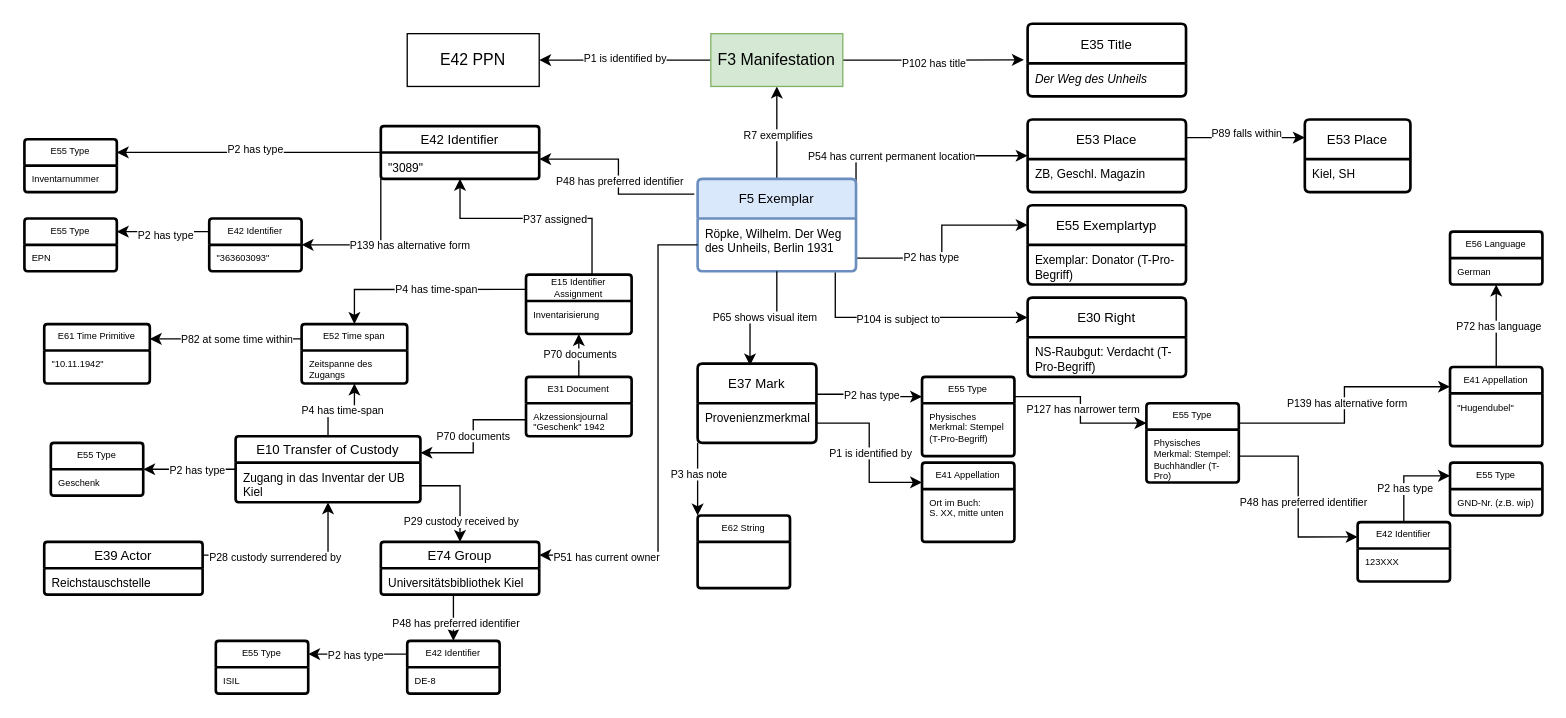
Earlier version of the draw.io diagram praxis bsp domain ontology library provenance.drawio (flxfschr/library-provenance-research). Source tidied: cells renumbered, new cells numbered last; positions are measured from the earlier drawing's top-left corner, leaving out a move shared by most shapes. Both pictures are drawn from the tidied source at 132%, with x=0, y=0 at pixel (24, 22).
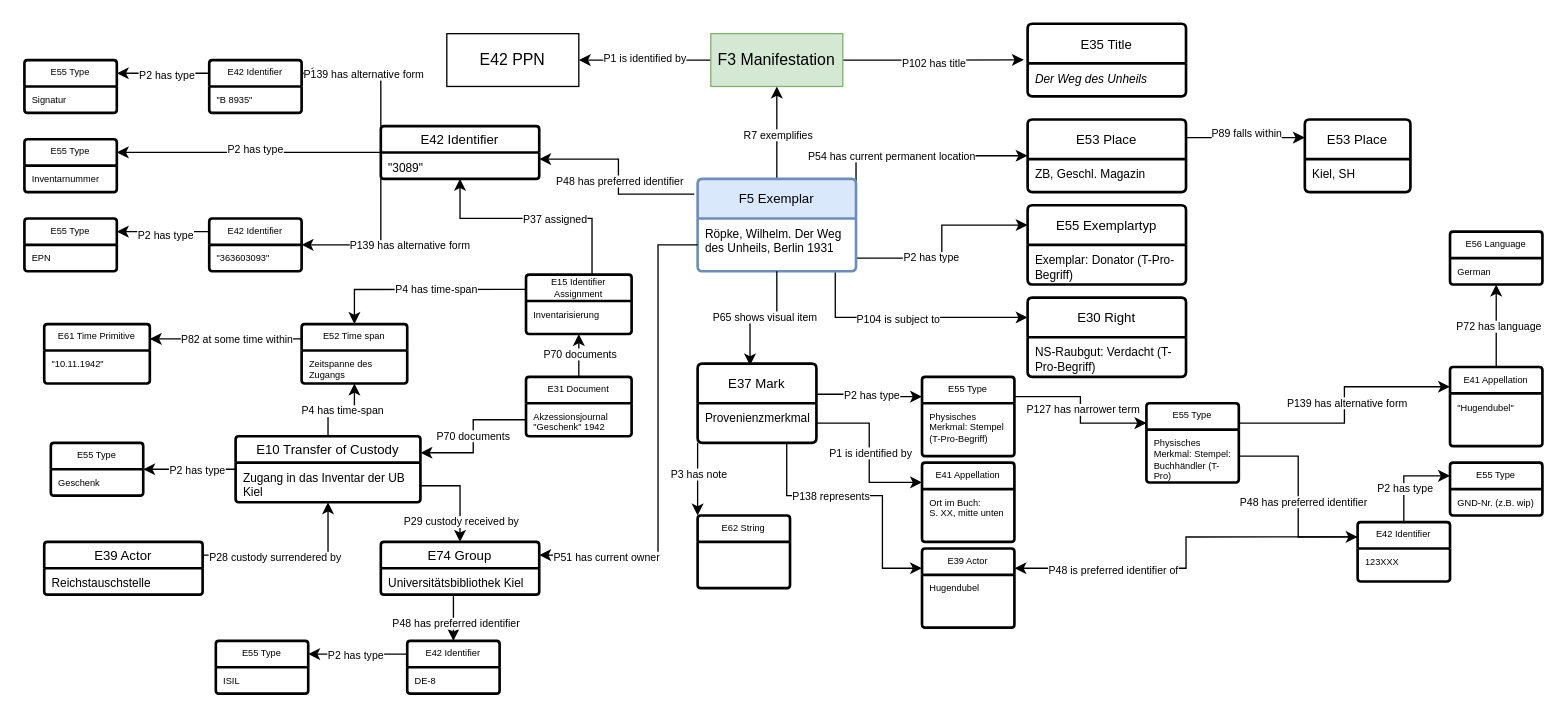
The same page after the edit.

Unchanged cells that the change refers to:
```xml
<mxCell id="28" value="E42 Identifier" style="swimlane;horizontal=1;startSize=20;rounded=1;fontSize=10;fontStyle=0;strokeWidth=2;shadow=0;dashed=0;align=center;arcSize=4;whiteSpace=wrap;html=1;" parent="1" vertex="1">
  <mxGeometry x="270" y="78" width="120" height="40" as="geometry" />
</mxCell>
<mxCell id="93" value="Provenienzmerkmal" style="align=left;strokeColor=none;fillColor=none;spacingLeft=4;spacingRight=4;fontSize=9;verticalAlign=top;html=1;whiteSpace=wrap;" parent="92" vertex="1">
  <mxGeometry y="30" width="90" height="30" as="geometry" />
</mxCell>
<mxCell id="120" value="E42 Identifier" style="swimlane;horizontal=1;startSize=20;rounded=1;fontSize=7;fontStyle=0;strokeWidth=2;shadow=0;dashed=0;align=center;arcSize=4;whiteSpace=wrap;html=1;" parent="1" vertex="1">
  <mxGeometry x="1010" y="378" width="70" height="45" as="geometry" />
</mxCell>
```

Diff of the diagram source:
```diff
@@
     <mxCell id="15" value="E42 PPN" style="whiteSpace=wrap;html=1;align=center;fontSize=12;arcSize=12;" parent="1" vertex="1">
-      <mxGeometry x="290" y="8" width="100" height="40" as="geometry" />
+      <mxGeometry x="320" y="8" width="100" height="40" as="geometry" />
     </mxCell>
@@
+    <mxCell id="126" style="edgeStyle=orthogonalEdgeStyle;rounded=0;jettySize=auto;html=1;exitX=0;exitY=0;exitDx=0;exitDy=0;entryX=1;entryY=0.25;entryDx=0;entryDy=0;" parent="1" edge="1" source="28" target="132">
+      <mxGeometry relative="1" as="geometry" />
+    </mxCell>
+    <mxCell id="127" value="P139 has alternative form" style="edgeLabel;html=1;align=center;verticalAlign=middle;fontSize=8;" parent="126" vertex="1">
+      <mxGeometry x="0.07" relative="1" as="geometry" />
+    </mxCell>
@@
+    <mxCell id="128" style="edgeStyle=orthogonalEdgeStyle;rounded=0;jettySize=auto;html=1;exitX=0;exitY=0.25;exitDx=0;exitDy=0;entryX=1;entryY=0.25;entryDx=0;entryDy=0;" parent="1" edge="1" source="120" target="136">
+      <mxGeometry relative="1" as="geometry" />
+    </mxCell>
+    <mxCell id="129" value="P48 is preferred identifier of" style="edgeLabel;html=1;align=center;verticalAlign=middle;fontSize=8;" parent="128" vertex="1">
+      <mxGeometry x="0.47" y="1" relative="1" as="geometry" />
+    </mxCell>
@@
+    <mxCell id="130" style="edgeStyle=orthogonalEdgeStyle;rounded=0;jettySize=auto;html=1;exitX=0;exitY=0.25;exitDx=0;exitDy=0;entryX=1;entryY=0.25;entryDx=0;entryDy=0;" parent="1" edge="1" source="132" target="134">
+      <mxGeometry relative="1" as="geometry" />
+    </mxCell>
+    <mxCell id="131" value="P2 has type" style="edgeLabel;html=1;align=center;verticalAlign=middle;fontSize=8;" parent="130" vertex="1">
+      <mxGeometry x="-0.07" y="2" relative="1" as="geometry" />
+    </mxCell>
+    <mxCell id="132" value="E42 Identifier" style="swimlane;horizontal=1;startSize=20;rounded=1;fontSize=7;fontStyle=0;strokeWidth=2;shadow=0;dashed=0;align=center;arcSize=4;whiteSpace=wrap;html=1;" parent="1" vertex="1">
+      <mxGeometry x="140" y="28" width="70" height="40" as="geometry" />
+    </mxCell>
+    <mxCell id="133" value="&quot;B 8935&quot;" style="align=left;strokeColor=none;fillColor=none;spacingLeft=4;spacingRight=4;fontSize=7;verticalAlign=top;html=1;whiteSpace=wrap;" parent="132" vertex="1">
+      <mxGeometry y="20" width="70" height="20" as="geometry" />
+    </mxCell>
+    <mxCell id="134" value="E55 Type" style="swimlane;horizontal=1;startSize=20;rounded=1;fontSize=7;fontStyle=0;strokeWidth=2;shadow=0;dashed=0;align=center;arcSize=4;whiteSpace=wrap;html=1;" parent="1" vertex="1">
+      <mxGeometry y="28" width="70" height="40" as="geometry" />
+    </mxCell>
+    <mxCell id="135" value="Signatur" style="align=left;strokeColor=none;fillColor=none;spacingLeft=4;spacingRight=4;fontSize=7;verticalAlign=top;html=1;whiteSpace=wrap;" parent="134" vertex="1">
+      <mxGeometry y="20" width="70" height="20" as="geometry" />
+    </mxCell>
+    <mxCell id="136" value="E39 Actor" style="swimlane;horizontal=1;startSize=20;rounded=1;fontSize=7;fontStyle=0;strokeWidth=2;shadow=0;dashed=0;align=center;arcSize=4;whiteSpace=wrap;html=1;" parent="1" vertex="1">
+      <mxGeometry x="680" y="398" width="70" height="60" as="geometry" />
+    </mxCell>
+    <mxCell id="137" value="Hugendubel" style="align=left;strokeColor=none;fillColor=none;spacingLeft=4;spacingRight=4;fontSize=7;verticalAlign=top;html=1;whiteSpace=wrap;" parent="136" vertex="1">
+      <mxGeometry y="20" width="70" height="40" as="geometry" />
+    </mxCell>
+    <mxCell id="138" style="edgeStyle=orthogonalEdgeStyle;rounded=0;jettySize=auto;html=1;exitX=0.75;exitY=1;exitDx=0;exitDy=0;entryX=0;entryY=0.25;entryDx=0;entryDy=0;" parent="1" edge="1" source="93" target="136">
+      <mxGeometry relative="1" as="geometry">
+        <Array as="points">
+          <mxPoint x="578" y="358" />
+          <mxPoint x="650" y="358" />
+          <mxPoint x="650" y="413" />
+        </Array>
+      </mxGeometry>
+    </mxCell>
+    <mxCell id="139" value="P138 represents" style="edgeLabel;html=1;align=center;verticalAlign=middle;fontSize=8;" parent="138" vertex="1">
+      <mxGeometry x="-0.26" relative="1" as="geometry" />
+    </mxCell>
```
